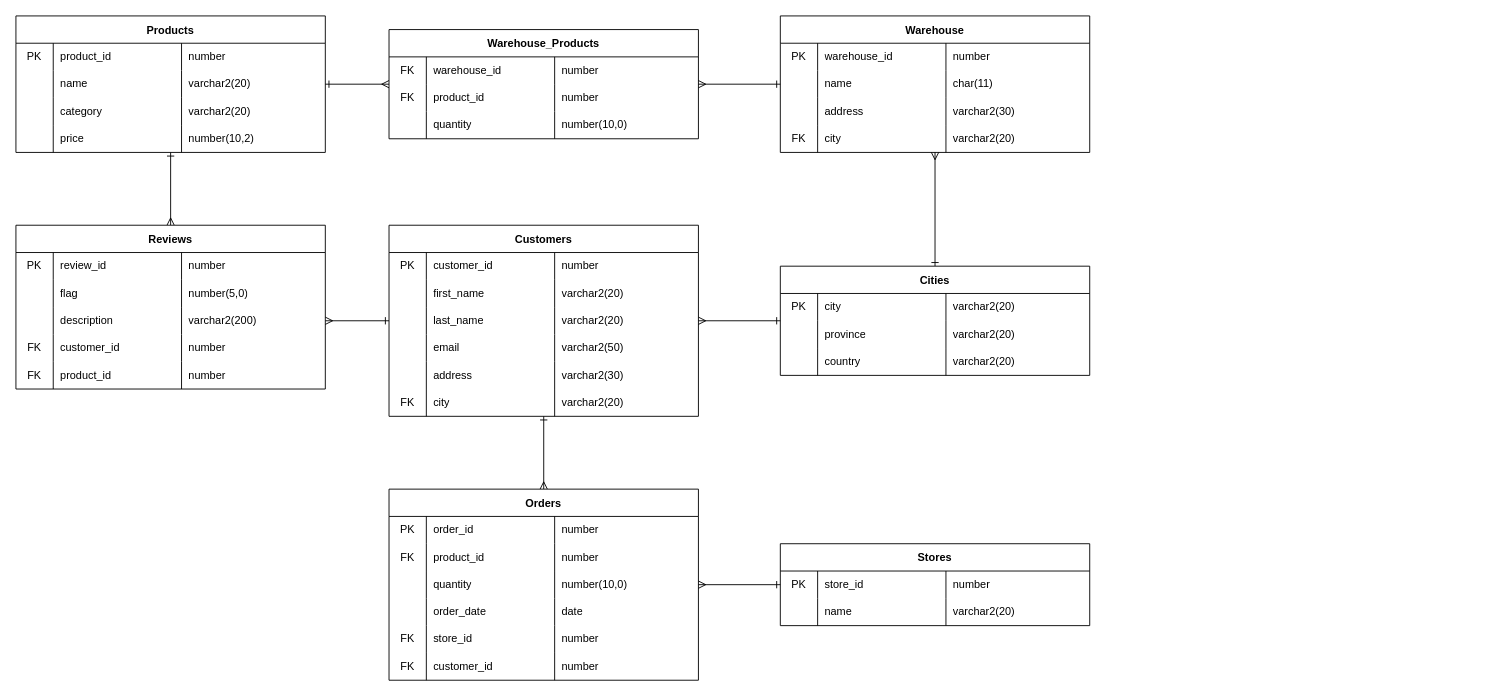
The draw.io diagram documents/Design.drawio in harishuss1/Java-SQL-MegaStore, before the edit. Source tidied: cells renumbered, new cells numbered last; positions are measured from the earlier drawing's top-left corner, leaving out a move shared by most shapes. Both pictures are drawn from the tidied source at 91%, with x=0, y=0 at pixel (15, 15).
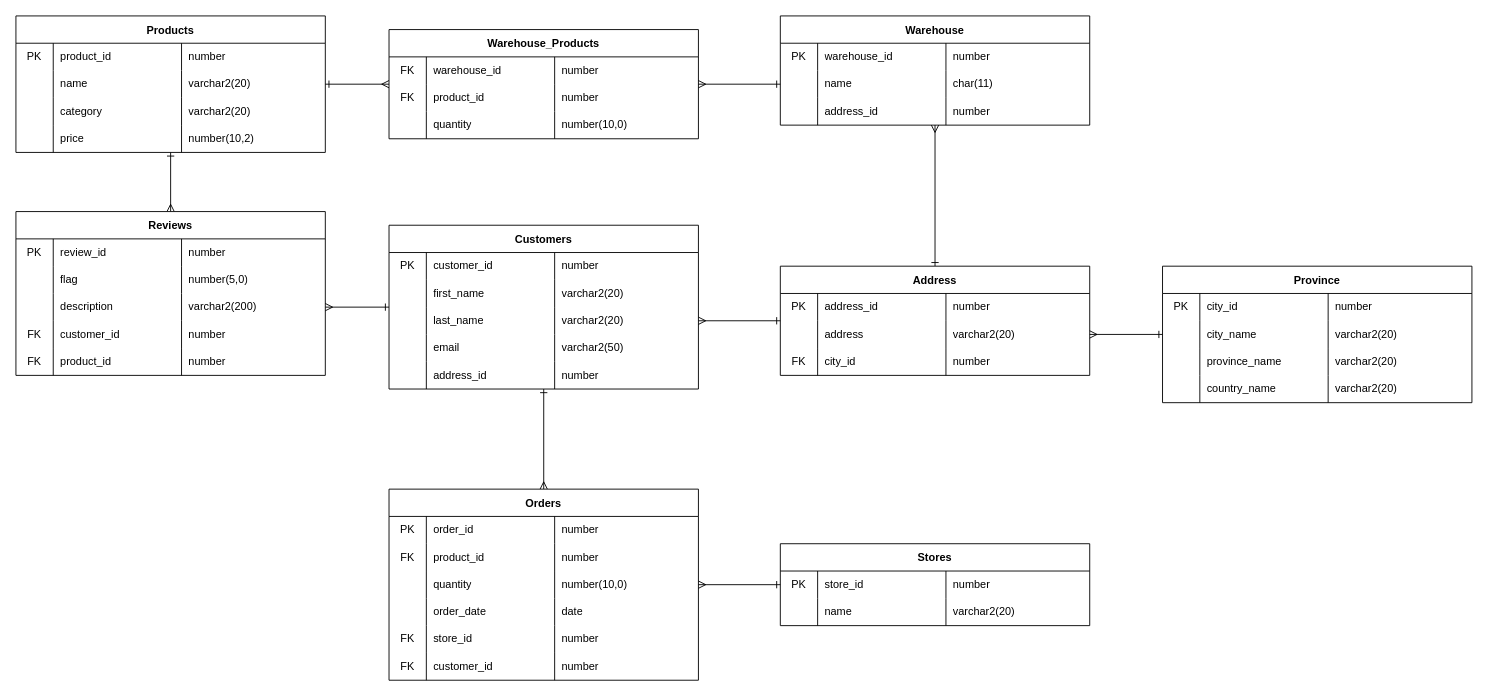
The same diagram, later.

Commit message (it also covers changes not shown here):
Inserted data and modified erd

The change refers to these unchanged cells:
```xml
<mxCell id="55" style="shape=tableRow;horizontal=0;startSize=0;swimlaneHead=0;swimlaneBody=0;top=0;left=0;bottom=0;right=0;fillColor=none;strokeWidth=1;" parent="38" vertex="1">
  <mxGeometry y="150" width="340" height="30" as="geometry" />
</mxCell>
<mxCell id="72" style="shape=tableRow;horizontal=0;startSize=0;swimlaneHead=0;swimlaneBody=0;top=0;left=0;bottom=0;right=0;fillColor=none;strokeWidth=1;" parent="63" vertex="1">
  <mxGeometry y="90" width="340" height="30" as="geometry" />
</mxCell>
<mxCell id="134" style="shape=tableRow;horizontal=0;startSize=0;swimlaneHead=0;swimlaneBody=0;top=0;left=0;bottom=0;right=0;fillColor=none;strokeWidth=1;" parent="133" vertex="1">
  <mxGeometry y="30" width="340" height="30" as="geometry" />
</mxCell>
<mxCell id="138" style="shape=tableRow;horizontal=0;startSize=0;swimlaneHead=0;swimlaneBody=0;top=0;left=0;bottom=0;right=0;fillColor=none;points=[[0,0.5],[1,0.5]];portConstraint=eastwest;strokeWidth=1;" parent="133" vertex="1">
  <mxGeometry y="60" width="340" height="30" as="geometry" />
</mxCell>
<mxCell id="142" style="shape=tableRow;horizontal=0;startSize=0;swimlaneHead=0;swimlaneBody=0;top=0;left=0;bottom=0;right=0;fillColor=none;strokeWidth=1;" parent="133" vertex="1">
  <mxGeometry y="90" width="340" height="30" as="geometry" />
</mxCell>
```

The edit, as a diff of the source:
```diff
@@
     <mxCell id="38" value="Customers" style="shape=table;startSize=30;childLayout=tableLayout;rowLines=0;fontStyle=1;strokeWidth=1;" parent="1" vertex="1">
-      <mxGeometry x="410" y="230" width="340" height="210" as="geometry" />
+      <mxGeometry x="410" y="230" width="340" height="180" as="geometry" />
     </mxCell>
@@
-    <mxCell id="57" value="address" style="shape=partialRectangle;html=1;whiteSpace=wrap;fillColor=none;top=0;left=0;bottom=0;right=0;align=left;spacingLeft=6;overflow=hidden;strokeWidth=1;" parent="55" vertex="1">
+    <mxCell id="57" value="address_id" style="shape=partialRectangle;html=1;whiteSpace=wrap;fillColor=none;top=0;left=0;bottom=0;right=0;align=left;spacingLeft=6;overflow=hidden;strokeWidth=1;" parent="55" vertex="1">
       <mxGeometry x="41" width="141" height="30" as="geometry" />
     </mxCell>
-    <mxCell id="58" value="varchar2(30)" style="shape=partialRectangle;html=1;whiteSpace=wrap;fillColor=none;top=0;left=0;bottom=0;right=0;align=left;spacingLeft=6;overflow=hidden;strokeWidth=1;" parent="55" vertex="1">
+    <mxCell id="58" value="number" style="shape=partialRectangle;html=1;whiteSpace=wrap;fillColor=none;top=0;left=0;bottom=0;right=0;align=left;spacingLeft=6;overflow=hidden;strokeWidth=1;" parent="55" vertex="1">
       <mxGeometry x="182" width="158" height="30" as="geometry" />
     </mxCell>
-    <mxCell id="59" style="shape=tableRow;horizontal=0;startSize=0;swimlaneHead=0;swimlaneBody=0;top=0;left=0;bottom=0;right=0;fillColor=none;strokeWidth=1;" parent="38" vertex="1">
-      <mxGeometry y="180" width="340" height="30" as="geometry" />
-    </mxCell>
-    <mxCell id="60" value="FK" style="shape=partialRectangle;html=1;whiteSpace=wrap;fillColor=none;top=0;left=0;bottom=0;right=0;overflow=hidden;strokeWidth=1;" parent="59" vertex="1">
-      <mxGeometry width="41" height="30" as="geometry" />
-    </mxCell>
-    <mxCell id="61" value="city" style="shape=partialRectangle;html=1;whiteSpace=wrap;fillColor=none;top=0;left=0;bottom=0;right=0;align=left;spacingLeft=6;overflow=hidden;strokeWidth=1;" parent="59" vertex="1">
-      <mxGeometry x="41" width="141" height="30" as="geometry" />
-    </mxCell>
-    <mxCell id="62" value="varchar2(20)" style="shape=partialRectangle;html=1;whiteSpace=wrap;fillColor=none;top=0;left=0;bottom=0;right=0;align=left;spacingLeft=6;overflow=hidden;strokeWidth=1;" parent="59" vertex="1">
-      <mxGeometry x="182" width="158" height="30" as="geometry" />
-    </mxCell>
     <mxCell id="63" value="Warehouse" style="shape=table;startSize=30;childLayout=tableLayout;rowLines=0;fontStyle=1;strokeWidth=1;" parent="1" vertex="1">
-      <mxGeometry x="840" width="340" height="150" as="geometry" />
+      <mxGeometry x="840" width="340" height="120" as="geometry" />
     </mxCell>
@@
-    <mxCell id="74" value="address" style="shape=partialRectangle;html=1;whiteSpace=wrap;fillColor=none;top=0;left=0;bottom=0;right=0;align=left;spacingLeft=6;overflow=hidden;strokeWidth=1;" parent="72" vertex="1">
+    <mxCell id="74" value="address_id" style="shape=partialRectangle;html=1;whiteSpace=wrap;fillColor=none;top=0;left=0;bottom=0;right=0;align=left;spacingLeft=6;overflow=hidden;strokeWidth=1;" parent="72" vertex="1">
       <mxGeometry x="41" width="141" height="30" as="geometry" />
     </mxCell>
-    <mxCell id="75" value="varchar2(30)" style="shape=partialRectangle;html=1;whiteSpace=wrap;fillColor=none;top=0;left=0;bottom=0;right=0;align=left;spacingLeft=6;overflow=hidden;strokeWidth=1;" parent="72" vertex="1">
+    <mxCell id="75" value="number" style="shape=partialRectangle;html=1;whiteSpace=wrap;fillColor=none;top=0;left=0;bottom=0;right=0;align=left;spacingLeft=6;overflow=hidden;strokeWidth=1;" parent="72" vertex="1">
       <mxGeometry x="182" width="158" height="30" as="geometry" />
     </mxCell>
-    <mxCell id="76" style="shape=tableRow;horizontal=0;startSize=0;swimlaneHead=0;swimlaneBody=0;top=0;left=0;bottom=0;right=0;fillColor=none;strokeWidth=1;" parent="63" vertex="1">
-      <mxGeometry y="120" width="340" height="30" as="geometry" />
-    </mxCell>
-    <mxCell id="77" value="FK" style="shape=partialRectangle;html=1;whiteSpace=wrap;fillColor=none;top=0;left=0;bottom=0;right=0;overflow=hidden;strokeWidth=1;" parent="76" vertex="1">
-      <mxGeometry width="41" height="30" as="geometry" />
-    </mxCell>
-    <mxCell id="78" value="city" style="shape=partialRectangle;html=1;whiteSpace=wrap;fillColor=none;top=0;left=0;bottom=0;right=0;align=left;spacingLeft=6;overflow=hidden;strokeWidth=1;" parent="76" vertex="1">
-      <mxGeometry x="41" width="141" height="30" as="geometry" />
-    </mxCell>
-    <mxCell id="79" value="varchar2(20)" style="shape=partialRectangle;html=1;whiteSpace=wrap;fillColor=none;top=0;left=0;bottom=0;right=0;align=left;spacingLeft=6;overflow=hidden;strokeWidth=1;" parent="76" vertex="1">
-      <mxGeometry x="182" width="158" height="30" as="geometry" />
-    </mxCell>
@@
     <mxCell id="94" value="Reviews" style="shape=table;startSize=30;childLayout=tableLayout;rowLines=0;fontStyle=1;strokeWidth=1;" parent="1" vertex="1">
-      <mxGeometry y="230" width="340" height="180" as="geometry" />
+      <mxGeometry y="215" width="340" height="180" as="geometry" />
     </mxCell>
@@
-    <mxCell id="133" value="Cities" style="shape=table;startSize=30;childLayout=tableLayout;rowLines=0;fontStyle=1;strokeWidth=1;" parent="1" vertex="1">
+    <mxCell id="133" value="Address" style="shape=table;startSize=30;childLayout=tableLayout;rowLines=0;fontStyle=1;strokeWidth=1;" parent="1" vertex="1">
       <mxGeometry x="840" y="275" width="340" height="120" as="geometry" />
     </mxCell>
@@
-    <mxCell id="136" value="city" style="shape=partialRectangle;html=1;whiteSpace=wrap;fillColor=none;top=0;left=0;bottom=0;right=0;align=left;spacingLeft=6;overflow=hidden;strokeWidth=1;" parent="134" vertex="1">
+    <mxCell id="136" value="address_id" style="shape=partialRectangle;html=1;whiteSpace=wrap;fillColor=none;top=0;left=0;bottom=0;right=0;align=left;spacingLeft=6;overflow=hidden;strokeWidth=1;" parent="134" vertex="1">
       <mxGeometry x="41" width="141" height="30" as="geometry" />
     </mxCell>
-    <mxCell id="137" value="varchar2(20)" style="shape=partialRectangle;html=1;whiteSpace=wrap;fillColor=none;top=0;left=0;bottom=0;right=0;align=left;spacingLeft=6;overflow=hidden;strokeWidth=1;" parent="134" vertex="1">
+    <mxCell id="137" value="number" style="shape=partialRectangle;html=1;whiteSpace=wrap;fillColor=none;top=0;left=0;bottom=0;right=0;align=left;spacingLeft=6;overflow=hidden;strokeWidth=1;" parent="134" vertex="1">
       <mxGeometry x="182" width="158" height="30" as="geometry" />
     </mxCell>
@@
-    <mxCell id="140" value="province" style="shape=partialRectangle;html=1;whiteSpace=wrap;fillColor=none;top=0;left=0;bottom=0;right=0;align=left;spacingLeft=6;overflow=hidden;strokeWidth=1;" parent="138" vertex="1">
+    <mxCell id="140" value="address" style="shape=partialRectangle;html=1;whiteSpace=wrap;fillColor=none;top=0;left=0;bottom=0;right=0;align=left;spacingLeft=6;overflow=hidden;strokeWidth=1;" parent="138" vertex="1">
       <mxGeometry x="41" width="141" height="30" as="geometry" />
     </mxCell>
@@
-    <mxCell id="143" style="shape=partialRectangle;html=1;whiteSpace=wrap;fillColor=none;top=0;left=0;bottom=0;right=0;overflow=hidden;strokeWidth=1;" parent="142" vertex="1">
+    <mxCell id="143" value="FK" style="shape=partialRectangle;html=1;whiteSpace=wrap;fillColor=none;top=0;left=0;bottom=0;right=0;overflow=hidden;strokeWidth=1;" parent="142" vertex="1">
       <mxGeometry width="41" height="30" as="geometry" />
     </mxCell>
-    <mxCell id="144" value="country" style="shape=partialRectangle;html=1;whiteSpace=wrap;fillColor=none;top=0;left=0;bottom=0;right=0;align=left;spacingLeft=6;overflow=hidden;strokeWidth=1;" parent="142" vertex="1">
+    <mxCell id="144" value="city_id" style="shape=partialRectangle;html=1;whiteSpace=wrap;fillColor=none;top=0;left=0;bottom=0;right=0;align=left;spacingLeft=6;overflow=hidden;strokeWidth=1;" parent="142" vertex="1">
       <mxGeometry x="41" width="141" height="30" as="geometry" />
     </mxCell>
-    <mxCell id="145" value="varchar2(20)" style="shape=partialRectangle;html=1;whiteSpace=wrap;fillColor=none;top=0;left=0;bottom=0;right=0;align=left;spacingLeft=6;overflow=hidden;strokeWidth=1;" parent="142" vertex="1">
+    <mxCell id="145" value="number" style="shape=partialRectangle;html=1;whiteSpace=wrap;fillColor=none;top=0;left=0;bottom=0;right=0;align=left;spacingLeft=6;overflow=hidden;strokeWidth=1;" parent="142" vertex="1">
       <mxGeometry x="182" width="158" height="30" as="geometry" />
     </mxCell>
@@
+    <mxCell id="151" value="Province" style="shape=table;startSize=30;childLayout=tableLayout;rowLines=0;fontStyle=1;strokeWidth=1;" parent="1" vertex="1">
+      <mxGeometry x="1260" y="275" width="340" height="150" as="geometry" />
+    </mxCell>
+    <mxCell id="152" style="shape=tableRow;horizontal=0;startSize=0;swimlaneHead=0;swimlaneBody=0;top=0;left=0;bottom=0;right=0;fillColor=none;strokeWidth=1;" parent="151" vertex="1">
+      <mxGeometry y="30" width="340" height="30" as="geometry" />
+    </mxCell>
+    <mxCell id="153" value="PK" style="shape=partialRectangle;html=1;whiteSpace=wrap;fillColor=none;top=0;left=0;bottom=0;right=0;overflow=hidden;strokeWidth=1;" parent="152" vertex="1">
+      <mxGeometry width="41" height="30" as="geometry" />
+    </mxCell>
+    <mxCell id="154" value="city_id" style="shape=partialRectangle;html=1;whiteSpace=wrap;fillColor=none;top=0;left=0;bottom=0;right=0;align=left;spacingLeft=6;overflow=hidden;strokeWidth=1;" parent="152" vertex="1">
+      <mxGeometry x="41" width="141" height="30" as="geometry" />
+    </mxCell>
+    <mxCell id="155" value="number" style="shape=partialRectangle;html=1;whiteSpace=wrap;fillColor=none;top=0;left=0;bottom=0;right=0;align=left;spacingLeft=6;overflow=hidden;strokeWidth=1;" parent="152" vertex="1">
+      <mxGeometry x="182" width="158" height="30" as="geometry" />
+    </mxCell>
+    <mxCell id="156" style="shape=tableRow;horizontal=0;startSize=0;swimlaneHead=0;swimlaneBody=0;top=0;left=0;bottom=0;right=0;fillColor=none;points=[[0,0.5],[1,0.5]];portConstraint=eastwest;strokeWidth=1;" parent="151" vertex="1">
+      <mxGeometry y="60" width="340" height="30" as="geometry" />
+    </mxCell>
+    <mxCell id="157" style="shape=partialRectangle;html=1;whiteSpace=wrap;fillColor=none;top=0;left=0;bottom=0;right=0;overflow=hidden;strokeWidth=1;" parent="156" vertex="1">
+      <mxGeometry width="41" height="30" as="geometry" />
+    </mxCell>
+    <mxCell id="158" value="city_name" style="shape=partialRectangle;html=1;whiteSpace=wrap;fillColor=none;top=0;left=0;bottom=0;right=0;align=left;spacingLeft=6;overflow=hidden;strokeWidth=1;" parent="156" vertex="1">
+      <mxGeometry x="41" width="141" height="30" as="geometry" />
+    </mxCell>
+    <mxCell id="159" value="varchar2(20)" style="shape=partialRectangle;html=1;whiteSpace=wrap;fillColor=none;top=0;left=0;bottom=0;right=0;align=left;spacingLeft=6;overflow=hidden;strokeWidth=1;" parent="156" vertex="1">
+      <mxGeometry x="182" width="158" height="30" as="geometry" />
+    </mxCell>
+    <mxCell id="160" style="shape=tableRow;horizontal=0;startSize=0;swimlaneHead=0;swimlaneBody=0;top=0;left=0;bottom=0;right=0;fillColor=none;strokeWidth=1;" parent="151" vertex="1">
+      <mxGeometry y="90" width="340" height="30" as="geometry" />
+    </mxCell>
+    <mxCell id="161" style="shape=partialRectangle;html=1;whiteSpace=wrap;fillColor=none;top=0;left=0;bottom=0;right=0;overflow=hidden;strokeWidth=1;" parent="160" vertex="1">
+      <mxGeometry width="41" height="30" as="geometry" />
+    </mxCell>
+    <mxCell id="162" value="province_name" style="shape=partialRectangle;html=1;whiteSpace=wrap;fillColor=none;top=0;left=0;bottom=0;right=0;align=left;spacingLeft=6;overflow=hidden;strokeWidth=1;" parent="160" vertex="1">
+      <mxGeometry x="41" width="141" height="30" as="geometry" />
+    </mxCell>
+    <mxCell id="163" value="varchar2(20)" style="shape=partialRectangle;html=1;whiteSpace=wrap;fillColor=none;top=0;left=0;bottom=0;right=0;align=left;spacingLeft=6;overflow=hidden;strokeWidth=1;" parent="160" vertex="1">
+      <mxGeometry x="182" width="158" height="30" as="geometry" />
+    </mxCell>
+    <mxCell id="76" style="shape=tableRow;horizontal=0;startSize=0;swimlaneHead=0;swimlaneBody=0;top=0;left=0;bottom=0;right=0;fillColor=none;strokeWidth=1;" parent="151" vertex="1">
+      <mxGeometry y="120" width="340" height="30" as="geometry" />
+    </mxCell>
+    <mxCell id="164" style="shape=partialRectangle;html=1;whiteSpace=wrap;fillColor=none;top=0;left=0;bottom=0;right=0;overflow=hidden;strokeWidth=1;" parent="76" vertex="1">
+      <mxGeometry width="41" height="30" as="geometry" />
+    </mxCell>
+    <mxCell id="165" value="country_name" style="shape=partialRectangle;html=1;whiteSpace=wrap;fillColor=none;top=0;left=0;bottom=0;right=0;align=left;spacingLeft=6;overflow=hidden;strokeWidth=1;" parent="76" vertex="1">
+      <mxGeometry x="41" width="141" height="30" as="geometry" />
+    </mxCell>
+    <mxCell id="166" value="varchar2(20)" style="shape=partialRectangle;html=1;whiteSpace=wrap;fillColor=none;top=0;left=0;bottom=0;right=0;align=left;spacingLeft=6;overflow=hidden;strokeWidth=1;" parent="76" vertex="1">
+      <mxGeometry x="182" width="158" height="30" as="geometry" />
+    </mxCell>
+    <mxCell id="167" style="edgeStyle=orthogonalEdgeStyle;rounded=0;jettySize=auto;html=1;exitX=0;exitY=0.5;exitDx=0;exitDy=0;entryX=1;entryY=0.5;entryDx=0;entryDy=0;endArrow=ERmany;endFill=0;startArrow=ERone;startFill=0;" parent="1" edge="1" source="156" target="138">
+      <mxGeometry relative="1" as="geometry" />
+    </mxCell>
```
